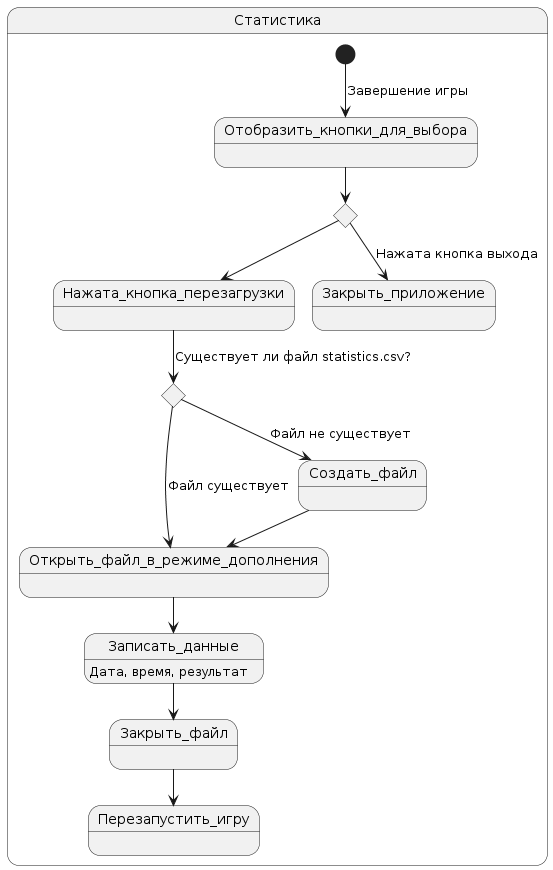
Muuuve/My-Project keeps this PlantUML diagram as docs/diagrams/state_diagram_statistics.png. Above is the earlier version. Source of this version:
```plantuml
@startuml
state "Статистика" as Statistics {
  [*] --> Отобразить_кнопки_для_выбора : Завершение игры
  state choice1 <<choice>>
  state choice2 <<choice>>
  Отобразить_кнопки_для_выбора --> choice1
  choice1 --> Нажата_кнопка_перезагрузки
  Нажата_кнопка_перезагрузки --> choice2: Существует ли файл statistics.csv?
  choice2 ---> Открыть_файл_в_режиме_дополнения : Файл существует
  choice2 --> Создать_файл :  Файл не существует
  Создать_файл --> Открыть_файл_в_режиме_дополнения
  Открыть_файл_в_режиме_дополнения --> Записать_данные
  Записать_данные : Дата, время, результат
  Записать_данные --> Закрыть_файл
  Закрыть_файл --> Перезапустить_игру
  choice1 --> Закрыть_приложение : Нажата кнопка выхода
}
@enduml
```
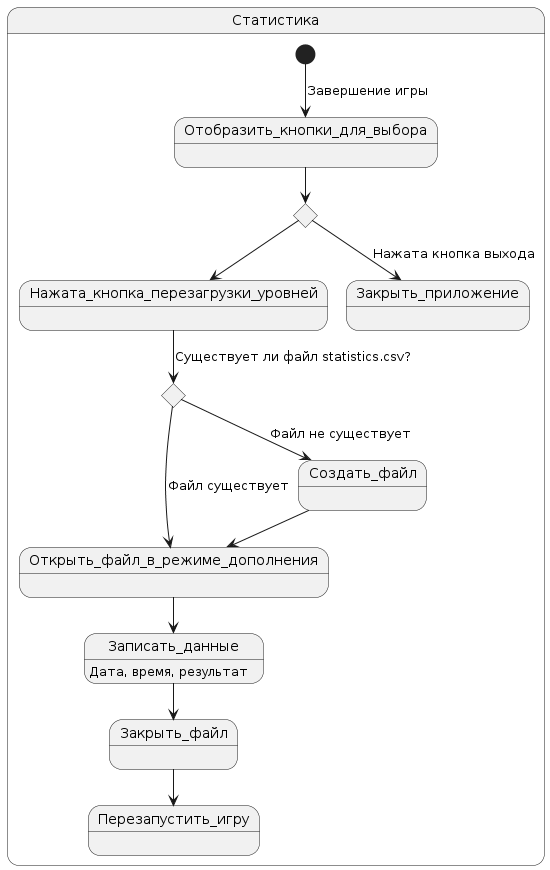
The same diagram one commit later.

What changed in the source:
```diff
@@ -4,8 +4,8 @@
   state choice1 <<choice>>
   state choice2 <<choice>>
   Отобразить_кнопки_для_выбора --> choice1
-  choice1 --> Нажата_кнопка_перезагрузки
-  Нажата_кнопка_перезагрузки --> choice2: Существует ли файл statistics.csv?
+  choice1 --> Нажата_кнопка_перезагрузки_уровней
+  Нажата_кнопка_перезагрузки_уровней --> choice2: Существует ли файл statistics.csv?
   choice2 ---> Открыть_файл_в_режиме_дополнения : Файл существует
   choice2 --> Создать_файл :  Файл не существует
   Создать_файл --> Открыть_файл_в_режиме_дополнения
```
